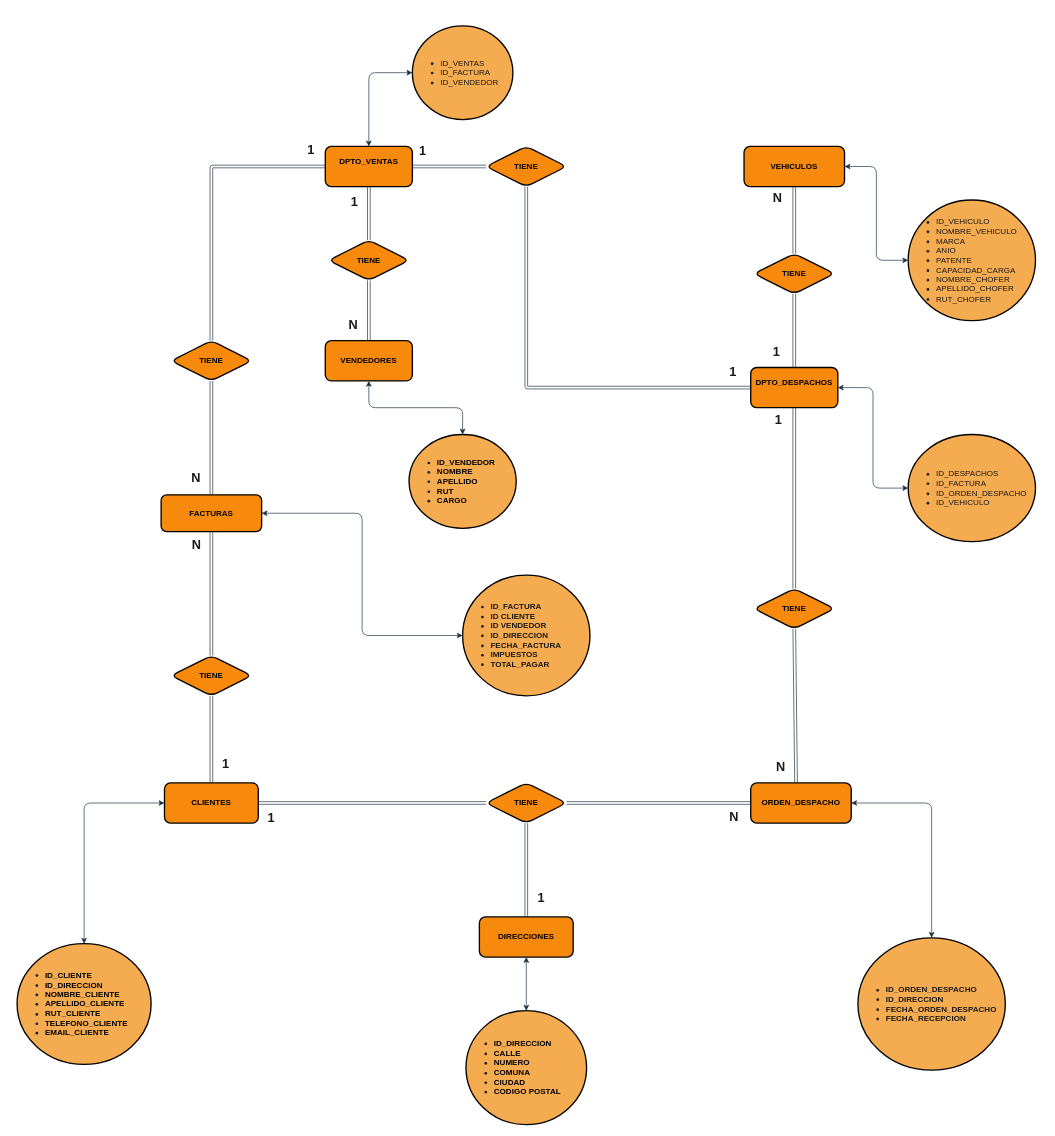
The draw.io diagram TransportesSanDaniel.drawio in Danlloto/TransportesSanDaniel, before the edit. Source tidied: cells renumbered, new cells numbered last; positions are measured from the earlier drawing's top-left corner, leaving out a move shared by most shapes. Both pictures are drawn from the tidied source at 67%, with x=0, y=0 at pixel (17, 25).
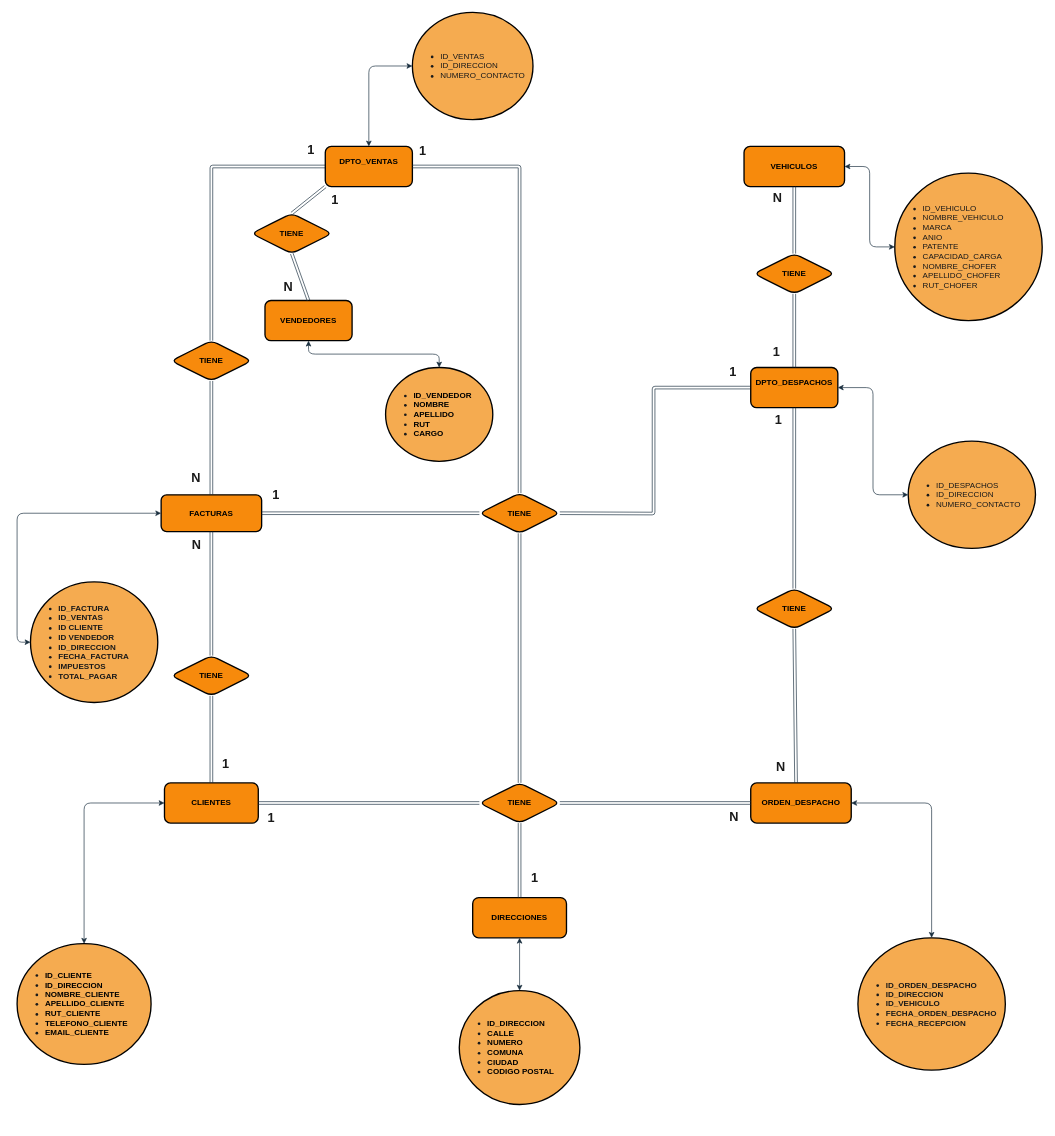
After the change.

The change refers to these unchanged cells:
```xml
<mxCell id="6" value="&lt;b&gt;&lt;font color=&quot;#000000&quot;&gt;FACTURAS&lt;/font&gt;&lt;/b&gt;" style="whiteSpace=wrap;html=1;align=center;labelBackgroundColor=none;fillColor=#F78A0C;strokeColor=#000000;fontColor=#1A1A1A;rounded=1;strokeWidth=2;" parent="1" vertex="1">
  <mxGeometry x="215" y="700" width="150" height="55" as="geometry" />
</mxCell>
<mxCell id="33" value="&lt;font color=&quot;#000000&quot;&gt;&lt;b&gt;DPTO_DESPACHOS&lt;br&gt;&lt;br&gt;&lt;/b&gt;&lt;/font&gt;" style="whiteSpace=wrap;html=1;align=center;labelBackgroundColor=none;fillColor=#F78A0C;strokeColor=#000000;fontColor=#1A1A1A;rounded=1;strokeWidth=2;" parent="1" vertex="1">
  <mxGeometry x="1095" y="510" width="130" height="60" as="geometry" />
</mxCell>
<mxCell id="35" value="&lt;font color=&quot;#000000&quot;&gt;&lt;b&gt;DPTO_VENTAS&lt;br&gt;&lt;br&gt;&lt;/b&gt;&lt;/font&gt;" style="whiteSpace=wrap;html=1;align=center;labelBackgroundColor=none;fillColor=#F78A0C;strokeColor=#000000;fontColor=#1A1A1A;rounded=1;strokeWidth=2;" parent="1" vertex="1">
  <mxGeometry x="460" y="180" width="130" height="60" as="geometry" />
</mxCell>
<mxCell id="41" style="shape=link;html=1;rounded=1;exitX=0.5;exitY=1;exitDx=0;exitDy=0;labelBackgroundColor=none;fontColor=default;strokeColor=#182E3E;entryX=0.5;entryY=0;entryDx=0;entryDy=0;" parent="1" edge="1" source="37" target="5">
  <mxGeometry relative="1" as="geometry" />
</mxCell>
```

Change to the diagram source:
```diff
@@
     <mxCell id="5" value="&lt;font color=&quot;#000000&quot;&gt;&lt;b&gt;VENDEDORES&lt;/b&gt;&lt;/font&gt;" style="whiteSpace=wrap;html=1;align=center;labelBackgroundColor=none;fillColor=#F78A0C;strokeColor=#000000;fontColor=#1A1A1A;rounded=1;strokeWidth=2;" parent="1" vertex="1">
-      <mxGeometry x="460" y="470" width="130" height="60" as="geometry" />
+      <mxGeometry x="370" y="410" width="130" height="60" as="geometry" />
     </mxCell>
@@
     <mxCell id="8" value="&lt;ul&gt;&lt;li&gt;&lt;font color=&quot;#000000&quot;&gt;&lt;b&gt;ID_VENDEDOR&lt;/b&gt;&lt;/font&gt;&lt;/li&gt;&lt;li&gt;&lt;font color=&quot;#000000&quot;&gt;&lt;b&gt;NOMBRE&lt;/b&gt;&lt;/font&gt;&lt;/li&gt;&lt;li&gt;&lt;font color=&quot;#000000&quot;&gt;&lt;b&gt;APELLIDO&lt;/b&gt;&lt;/font&gt;&lt;/li&gt;&lt;li&gt;&lt;font color=&quot;#000000&quot;&gt;&lt;b&gt;RUT&lt;/b&gt;&lt;/font&gt;&lt;/li&gt;&lt;li&gt;&lt;font color=&quot;#000000&quot;&gt;&lt;b&gt;CARGO&lt;/b&gt;&lt;/font&gt;&lt;/li&gt;&lt;/ul&gt;" style="ellipse;whiteSpace=wrap;html=1;align=left;labelBackgroundColor=none;fillColor=#F5AB50;strokeColor=#000000;fontColor=#1A1A1A;rounded=1;strokeWidth=2;" parent="1" vertex="1">
-      <mxGeometry x="585" y="610" width="160" height="140" as="geometry" />
+      <mxGeometry x="550" y="510" width="160" height="140" as="geometry" />
     </mxCell>
     <mxCell id="9" value="&lt;b&gt;&lt;font color=&quot;#000000&quot;&gt;TIENE&lt;/font&gt;&lt;/b&gt;" style="shape=rhombus;perimeter=rhombusPerimeter;whiteSpace=wrap;html=1;align=center;labelBackgroundColor=none;fillColor=#F78A0C;strokeColor=#000000;fontColor=#1A1A1A;rounded=1;strokeWidth=2;" parent="1" vertex="1">
-      <mxGeometry x="700" y="180" width="120" height="60" as="geometry" />
+      <mxGeometry x="690" y="697.5" width="120" height="60" as="geometry" />
     </mxCell>
@@
-    <mxCell id="11" value="&lt;ul&gt;&lt;li&gt;&lt;b&gt;ID_FACTURA&lt;/b&gt;&lt;/li&gt;&lt;li style=&quot;border-color: var(--border-color);&quot;&gt;&lt;b&gt;ID CLIENTE&lt;/b&gt;&lt;/li&gt;&lt;li style=&quot;border-color: var(--border-color);&quot;&gt;&lt;b&gt;ID VENDEDOR&lt;/b&gt;&lt;/li&gt;&lt;li style=&quot;border-color: var(--border-color);&quot;&gt;&lt;b&gt;ID_DIRECCION&lt;/b&gt;&lt;/li&gt;&lt;li&gt;&lt;b&gt;FECHA_FACTURA&lt;/b&gt;&lt;/li&gt;&lt;li&gt;&lt;b&gt;IMPUESTOS&lt;/b&gt;&lt;/li&gt;&lt;li&gt;&lt;b&gt;TOTAL_PAGAR&lt;/b&gt;&lt;/li&gt;&lt;/ul&gt;" style="ellipse;whiteSpace=wrap;html=1;align=left;labelBackgroundColor=none;fillColor=#F5AB50;strokeColor=#000000;fontColor=#1A1A1A;rounded=1;strokeWidth=2;" parent="1" vertex="1">
-      <mxGeometry x="665" y="820" width="190" height="180" as="geometry" />
+    <mxCell id="11" value="&lt;ul&gt;&lt;li&gt;&lt;b&gt;ID_FACTURA&lt;/b&gt;&lt;/li&gt;&lt;li&gt;&lt;b&gt;ID_VENTAS&lt;/b&gt;&lt;/li&gt;&lt;li style=&quot;border-color: var(--border-color);&quot;&gt;&lt;b&gt;ID CLIENTE&lt;/b&gt;&lt;/li&gt;&lt;li style=&quot;border-color: var(--border-color);&quot;&gt;&lt;b&gt;ID VENDEDOR&lt;/b&gt;&lt;/li&gt;&lt;li style=&quot;border-color: var(--border-color);&quot;&gt;&lt;b&gt;ID_DIRECCION&lt;/b&gt;&lt;/li&gt;&lt;li&gt;&lt;b&gt;FECHA_FACTURA&lt;/b&gt;&lt;/li&gt;&lt;li&gt;&lt;b&gt;IMPUESTOS&lt;/b&gt;&lt;/li&gt;&lt;li&gt;&lt;b&gt;TOTAL_PAGAR&lt;/b&gt;&lt;/li&gt;&lt;/ul&gt;" style="ellipse;whiteSpace=wrap;html=1;align=left;labelBackgroundColor=none;fillColor=#F5AB50;strokeColor=#000000;fontColor=#1A1A1A;rounded=1;strokeWidth=2;" parent="1" vertex="1">
+      <mxGeometry x="20" y="830" width="190" height="180" as="geometry" />
     </mxCell>
@@
-    <mxCell id="13" value="&lt;ul&gt;&lt;li&gt;&lt;b&gt;ID_ORDEN_DESPACHO&lt;/b&gt;&lt;/li&gt;&lt;li style=&quot;border-color: var(--border-color);&quot;&gt;&lt;b&gt;ID_DIRECCION&lt;/b&gt;&lt;/li&gt;&lt;li style=&quot;border-color: var(--border-color);&quot;&gt;&lt;b&gt;FECHA_ORDEN_DESPACHO&lt;/b&gt;&lt;/li&gt;&lt;li style=&quot;border-color: var(--border-color);&quot;&gt;&lt;b style=&quot;background-color: initial;&quot;&gt;FECHA_RECEPCION&lt;/b&gt;&lt;/li&gt;&lt;/ul&gt;" style="ellipse;whiteSpace=wrap;html=1;align=left;labelBackgroundColor=none;fillColor=#F5AB50;strokeColor=#000000;fontColor=#1A1A1A;rounded=1;strokeWidth=2;" parent="1" vertex="1">
+    <mxCell id="13" value="&lt;ul&gt;&lt;li&gt;&lt;b&gt;ID_ORDEN_DESPACHO&lt;/b&gt;&lt;/li&gt;&lt;li style=&quot;border-color: var(--border-color);&quot;&gt;&lt;b&gt;ID_DIRECCION&lt;/b&gt;&lt;/li&gt;&lt;li style=&quot;border-color: var(--border-color);&quot;&gt;&lt;b&gt;ID_VEHICULO&lt;/b&gt;&lt;/li&gt;&lt;li style=&quot;border-color: var(--border-color);&quot;&gt;&lt;b&gt;FECHA_ORDEN_DESPACHO&lt;/b&gt;&lt;/li&gt;&lt;li style=&quot;border-color: var(--border-color);&quot;&gt;&lt;b style=&quot;background-color: initial;&quot;&gt;FECHA_RECEPCION&lt;/b&gt;&lt;/li&gt;&lt;/ul&gt;" style="ellipse;whiteSpace=wrap;html=1;align=left;labelBackgroundColor=none;fillColor=#F5AB50;strokeColor=#000000;fontColor=#1A1A1A;rounded=1;strokeWidth=2;" parent="1" vertex="1">
       <mxGeometry x="1255" y="1361.2" width="220" height="197.5" as="geometry" />
     </mxCell>
@@
-    <mxCell id="19" style="edgeStyle=orthogonalEdgeStyle;rounded=1;jettySize=auto;html=1;startArrow=classic;startFill=1;entryX=0;entryY=0.5;entryDx=0;entryDy=0;exitX=1;exitY=0.5;exitDx=0;exitDy=0;labelBackgroundColor=none;fontColor=default;strokeColor=#182E3E;" parent="1" edge="1" source="6" target="11">
+    <mxCell id="19" style="edgeStyle=orthogonalEdgeStyle;rounded=1;jettySize=auto;html=1;startArrow=classic;startFill=1;entryX=0;entryY=0.5;entryDx=0;entryDy=0;exitX=0;exitY=0.5;exitDx=0;exitDy=0;labelBackgroundColor=none;fontColor=default;strokeColor=#182E3E;" parent="1" edge="1" source="6" target="11">
       <mxGeometry relative="1" as="geometry" />
     </mxCell>
@@
-    <mxCell id="24" style="shape=link;html=1;rounded=1;exitX=0.5;exitY=1;exitDx=0;exitDy=0;entryX=0;entryY=0.5;entryDx=0;entryDy=0;labelBackgroundColor=none;fontColor=default;strokeColor=#182E3E;" parent="1" edge="1" source="9" target="33">
+    <mxCell id="24" style="shape=link;html=1;rounded=1;exitX=1;exitY=0.5;exitDx=0;exitDy=0;entryX=0;entryY=0.5;entryDx=0;entryDy=0;labelBackgroundColor=none;fontColor=default;strokeColor=#182E3E;" parent="1" edge="1" source="9" target="33">
       <mxGeometry relative="1" as="geometry">
         <Array as="points">
-          <mxPoint x="760" y="540" />
+          <mxPoint x="950" y="728" />
+          <mxPoint x="950" y="540" />
         </Array>
       </mxGeometry>
     </mxCell>
@@
     <mxCell id="26" value="&lt;font color=&quot;#000000&quot;&gt;&lt;b&gt;DIRECCIONES&lt;/b&gt;&lt;/font&gt;" style="whiteSpace=wrap;html=1;align=center;labelBackgroundColor=none;fillColor=#F78A0C;strokeColor=#000000;fontColor=#1A1A1A;rounded=1;strokeWidth=2;" parent="1" vertex="1">
-      <mxGeometry x="690" y="1330" width="140" height="60" as="geometry" />
+      <mxGeometry x="680" y="1301.2" width="140" height="60" as="geometry" />
     </mxCell>
     <mxCell id="27" value="&lt;b&gt;&lt;font color=&quot;#000000&quot;&gt;TIENE&lt;/font&gt;&lt;/b&gt;" style="shape=rhombus;perimeter=rhombusPerimeter;whiteSpace=wrap;html=1;align=center;labelBackgroundColor=none;fillColor=#F78A0C;strokeColor=#000000;fontColor=#1A1A1A;rounded=1;strokeWidth=2;" parent="1" vertex="1">
-      <mxGeometry x="700" y="1130" width="120" height="60" as="geometry" />
+      <mxGeometry x="690" y="1130" width="120" height="60" as="geometry" />
     </mxCell>
     <mxCell id="28" value="&lt;ul&gt;&lt;li&gt;&lt;font color=&quot;#000000&quot;&gt;&lt;b&gt;ID_DIRECCION&lt;/b&gt;&lt;/font&gt;&lt;/li&gt;&lt;li&gt;&lt;font color=&quot;#000000&quot;&gt;&lt;b&gt;CALLE&lt;/b&gt;&lt;/font&gt;&lt;/li&gt;&lt;li&gt;&lt;font color=&quot;#000000&quot;&gt;&lt;b&gt;NUMERO&lt;/b&gt;&lt;/font&gt;&lt;/li&gt;&lt;li&gt;&lt;font color=&quot;#000000&quot;&gt;&lt;b&gt;COMUNA&lt;/b&gt;&lt;/font&gt;&lt;/li&gt;&lt;li&gt;&lt;font color=&quot;#000000&quot;&gt;&lt;b&gt;CIUDAD&lt;/b&gt;&lt;/font&gt;&lt;/li&gt;&lt;li&gt;&lt;font color=&quot;#000000&quot;&gt;&lt;b&gt;CODIGO POSTAL&lt;/b&gt;&lt;/font&gt;&lt;/li&gt;&lt;/ul&gt;" style="ellipse;whiteSpace=wrap;html=1;align=left;labelBackgroundColor=none;fillColor=#F5AB50;strokeColor=#000000;fontColor=#1A1A1A;rounded=1;strokeWidth=2;" parent="1" vertex="1">
-      <mxGeometry x="670" y="1470" width="180" height="170" as="geometry" />
+      <mxGeometry x="660" y="1440" width="180" height="170" as="geometry" />
     </mxCell>
@@
-    <mxCell id="34" value="&lt;ul&gt;&lt;li&gt;ID_DESPACHOS&lt;/li&gt;&lt;li&gt;ID_FACTURA&lt;/li&gt;&lt;li&gt;ID_ORDEN_DESPACHO&lt;/li&gt;&lt;li&gt;ID_VEHICULO&lt;/li&gt;&lt;/ul&gt;" style="ellipse;whiteSpace=wrap;html=1;align=left;labelBackgroundColor=none;fillColor=#F5AB50;strokeColor=#000000;fontColor=#1A1A1A;rounded=1;strokeWidth=2;" parent="1" vertex="1">
-      <mxGeometry x="1330" y="610" width="190" height="160" as="geometry" />
+    <mxCell id="34" value="&lt;ul&gt;&lt;li&gt;ID_DESPACHOS&lt;/li&gt;&lt;li&gt;ID_DIRECCION&lt;/li&gt;&lt;li&gt;NUMERO_CONTACTO&lt;/li&gt;&lt;/ul&gt;" style="ellipse;whiteSpace=wrap;html=1;align=left;labelBackgroundColor=none;fillColor=#F5AB50;strokeColor=#000000;fontColor=#1A1A1A;rounded=1;strokeWidth=2;" parent="1" vertex="1">
+      <mxGeometry x="1330" y="620" width="190" height="160" as="geometry" />
     </mxCell>
@@
-    <mxCell id="36" value="&lt;ul&gt;&lt;li&gt;ID_VENTAS&lt;/li&gt;&lt;li&gt;ID_FACTURA&lt;/li&gt;&lt;li&gt;ID_VENDEDOR&lt;/li&gt;&lt;/ul&gt;" style="ellipse;whiteSpace=wrap;html=1;align=left;labelBackgroundColor=none;fillColor=#F5AB50;strokeColor=#000000;fontColor=#1A1A1A;rounded=1;strokeWidth=2;" parent="1" vertex="1">
-      <mxGeometry x="590" width="150" height="140" as="geometry" />
+    <mxCell id="36" value="&lt;ul&gt;&lt;li&gt;ID_VENTAS&lt;/li&gt;&lt;li&gt;ID_DIRECCION&lt;/li&gt;&lt;li&gt;NUMERO_CONTACTO&lt;/li&gt;&lt;/ul&gt;" style="ellipse;whiteSpace=wrap;html=1;align=left;labelBackgroundColor=none;fillColor=#F5AB50;strokeColor=#000000;fontColor=#1A1A1A;rounded=1;strokeWidth=2;" parent="1" vertex="1">
+      <mxGeometry x="590" y="-20" width="180" height="160" as="geometry" />
     </mxCell>
     <mxCell id="37" value="&lt;b&gt;&lt;font color=&quot;#000000&quot;&gt;TIENE&lt;/font&gt;&lt;/b&gt;" style="shape=rhombus;perimeter=rhombusPerimeter;whiteSpace=wrap;html=1;align=center;labelBackgroundColor=none;fillColor=#F78A0C;strokeColor=#000000;fontColor=#1A1A1A;rounded=1;strokeWidth=2;" parent="1" vertex="1">
-      <mxGeometry x="465" y="320" width="120" height="60" as="geometry" />
+      <mxGeometry x="350" y="280" width="120" height="60" as="geometry" />
     </mxCell>
-    <mxCell id="38" style="shape=link;html=1;rounded=1;exitX=0.5;exitY=0;exitDx=0;exitDy=0;labelBackgroundColor=none;fontColor=default;strokeColor=#182E3E;entryX=0.5;entryY=1;entryDx=0;entryDy=0;" parent="1" edge="1" source="37" target="35">
+    <mxCell id="38" style="shape=link;html=1;rounded=1;exitX=0.5;exitY=0;exitDx=0;exitDy=0;labelBackgroundColor=none;fontColor=default;strokeColor=#182E3E;entryX=0;entryY=1;entryDx=0;entryDy=0;" parent="1" edge="1" source="37" target="35">
       <mxGeometry relative="1" as="geometry" />
     </mxCell>
     <mxCell id="39" value="1" style="html=1;whiteSpace=wrap;align=right;verticalAlign=bottom;labelBackgroundColor=none;fillColor=#F5AB50;strokeColor=#909090;fontColor=#1A1A1A;rounded=1;fontStyle=1;fontSize=19;" parent="38" vertex="1">
       <mxGeometry x="1" relative="1" as="geometry">
-        <mxPoint x="-15" y="36" as="offset" />
+        <mxPoint x="21" y="34" as="offset" />
       </mxGeometry>
     </mxCell>
@@
     <mxCell id="42" value="N" style="html=1;whiteSpace=wrap;align=right;verticalAlign=bottom;labelBackgroundColor=none;fillColor=#F5AB50;strokeColor=#909090;fontColor=#1A1A1A;rounded=1;fontStyle=1;fontSize=19;" parent="41" vertex="1">
       <mxGeometry x="1" relative="1" as="geometry">
-        <mxPoint x="-15" y="-10" as="offset" />
+        <mxPoint x="-22" y="-7" as="offset" />
       </mxGeometry>
     </mxCell>
@@
     <mxCell id="52" value="&lt;ul&gt;&lt;li&gt;ID_VEHICULO&lt;/li&gt;&lt;li&gt;NOMBRE_VEHICULO&lt;/li&gt;&lt;li&gt;MARCA&lt;/li&gt;&lt;li&gt;ANIO&lt;/li&gt;&lt;li&gt;PATENTE&lt;/li&gt;&lt;li&gt;CAPACIDAD_CARGA&lt;/li&gt;&lt;li&gt;NOMBRE_CHOFER&lt;/li&gt;&lt;li&gt;APELLIDO_CHOFER&lt;/li&gt;&lt;li&gt;RUT_CHOFER&lt;/li&gt;&lt;/ul&gt;" style="ellipse;whiteSpace=wrap;html=1;align=left;labelBackgroundColor=none;fillColor=#F5AB50;strokeColor=#000000;fontColor=#1A1A1A;rounded=1;strokeWidth=2;" parent="1" vertex="1">
-      <mxGeometry x="1330" y="260" width="190" height="180" as="geometry" />
+      <mxGeometry x="1310" y="220" width="220" height="220" as="geometry" />
     </mxCell>
@@
-    <mxCell id="61" style="shape=link;html=1;rounded=1;exitX=0;exitY=0.5;exitDx=0;exitDy=0;entryX=1;entryY=0.5;entryDx=0;entryDy=0;labelBackgroundColor=none;fontColor=default;strokeColor=#182E3E;" parent="1" edge="1" source="9" target="35">
-      <mxGeometry relative="1" as="geometry" />
+    <mxCell id="61" style="shape=link;html=1;rounded=1;exitX=0.5;exitY=0;exitDx=0;exitDy=0;entryX=1;entryY=0.5;entryDx=0;entryDy=0;labelBackgroundColor=none;fontColor=default;strokeColor=#182E3E;" parent="1" edge="1" source="9" target="35">
+      <mxGeometry relative="1" as="geometry">
+        <Array as="points">
+          <mxPoint x="750" y="210" />
+        </Array>
+      </mxGeometry>
     </mxCell>
@@
+    <mxCell id="63" style="shape=link;html=1;rounded=1;entryX=0.5;entryY=1;entryDx=0;entryDy=0;exitX=0.5;exitY=0;exitDx=0;exitDy=0;labelBackgroundColor=none;fontColor=default;strokeColor=#182E3E;" parent="1" edge="1" source="27" target="9">
+      <mxGeometry relative="1" as="geometry" />
+    </mxCell>
+    <mxCell id="64" style="shape=link;html=1;rounded=1;entryX=1;entryY=0.5;entryDx=0;entryDy=0;exitX=0;exitY=0.5;exitDx=0;exitDy=0;labelBackgroundColor=none;fontColor=default;strokeColor=#182E3E;" parent="1" edge="1" source="9" target="6">
+      <mxGeometry relative="1" as="geometry" />
+    </mxCell>
+    <mxCell id="65" value="1" style="html=1;whiteSpace=wrap;align=right;verticalAlign=bottom;labelBackgroundColor=none;fillColor=#F5AB50;strokeColor=#909090;fontColor=#1A1A1A;rounded=1;fontStyle=1;fontSize=19;" parent="64" vertex="1">
+      <mxGeometry x="1" relative="1" as="geometry">
+        <mxPoint x="28" y="-14" as="offset" />
+      </mxGeometry>
+    </mxCell>
```
